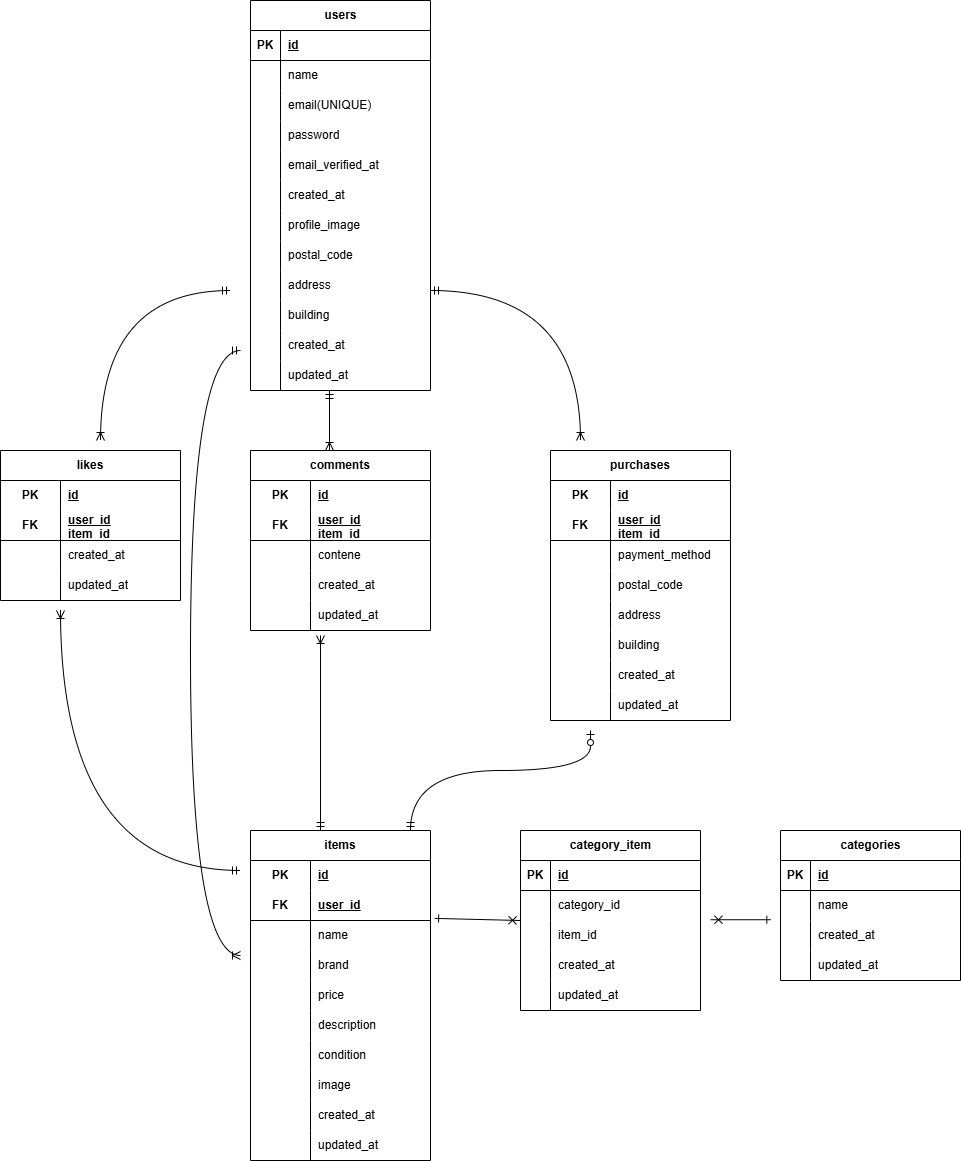
Before: images/er.png, a diagram exported from draw.io (rararamonkey/flea-market2). Source tidied: cells renumbered, new cells last; positions are measured from the earlier drawing's top-left corner, leaving out a move shared by most shapes.
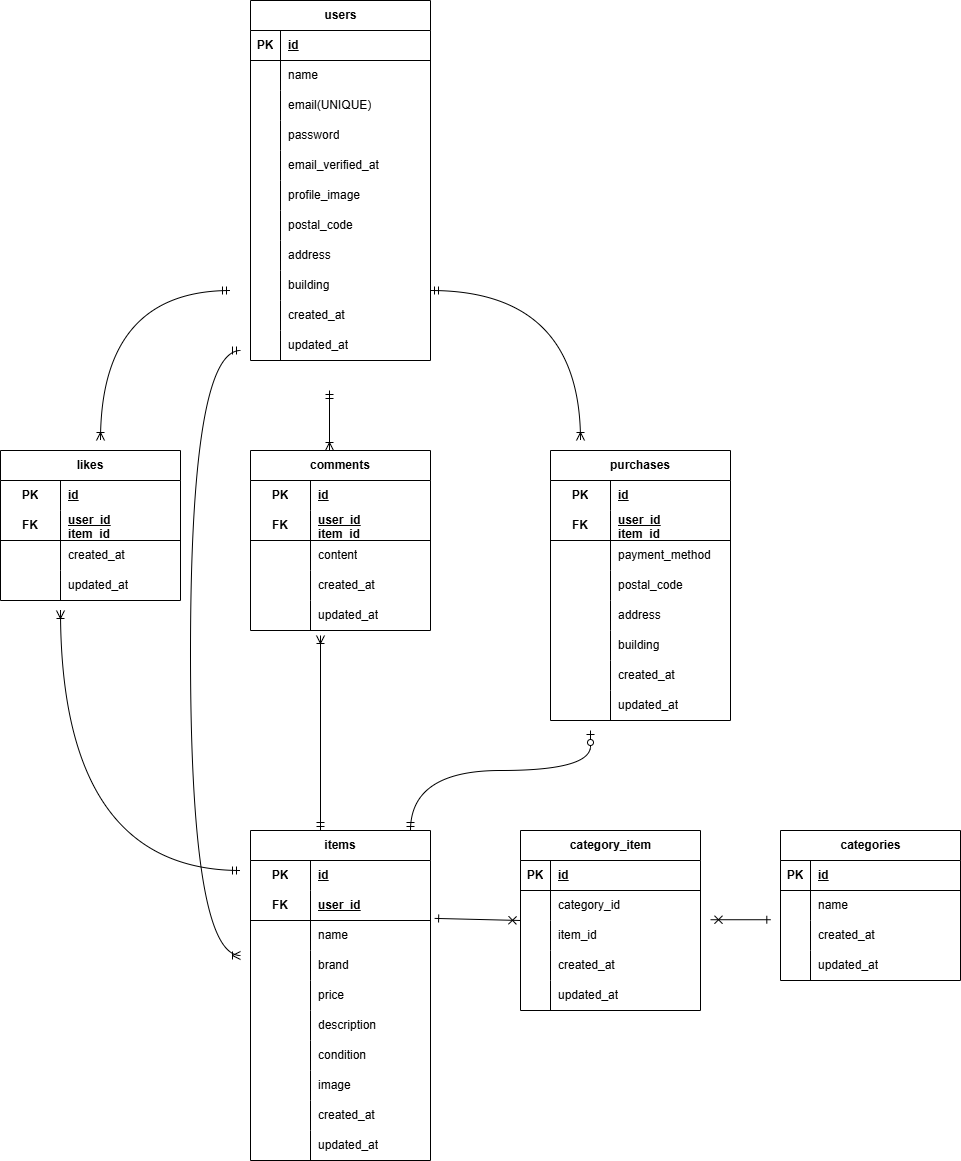
After the change.

Commit message:
Fix ER diagram and add purchase tests

Diff of the diagram source:
```diff
@@ -3,7 +3,7 @@
     <mxCell id="0" />
     <mxCell id="1" parent="0" />
     <mxCell id="2" value="users" style="shape=table;startSize=30;rowLines=0;fontStyle=1;align=center;html=1;" parent="1" vertex="1">
-      <mxGeometry x="250" width="180" height="390" as="geometry" />
+      <mxGeometry x="250" width="180" height="360" as="geometry" />
     </mxCell>
     <mxCell id="3" style="shape=tableRow;horizontal=0;startSize=0;swimlaneHead=0;swimlaneBody=0;fillColor=none;top=0;left=0;right=0;bottom=1;" parent="2" vertex="1">
       <mxGeometry y="30" width="180" height="30" as="geometry" />
@@ -50,17 +50,8 @@
     <mxCell id="17" value="email_verified_at" style="shape=partialRectangle;fillColor=none;top=0;left=0;bottom=0;right=0;align=left;spacingLeft=6;overflow=hidden;whiteSpace=wrap;html=1;" parent="15" vertex="1">
       <mxGeometry x="30" width="150" height="30" as="geometry" />
     </mxCell>
-    <mxCell id="18" style="shape=tableRow;horizontal=0;startSize=0;swimlaneHead=0;swimlaneBody=0;fillColor=none;top=0;left=0;right=0;bottom=0;" parent="2" vertex="1">
-      <mxGeometry y="180" width="180" height="30" as="geometry" />
-    </mxCell>
-    <mxCell id="19" style="shape=partialRectangle;fillColor=none;top=0;left=0;bottom=0;right=0;overflow=hidden;whiteSpace=wrap;html=1;" parent="18" vertex="1">
-      <mxGeometry width="30" height="30" as="geometry" />
-    </mxCell>
-    <mxCell id="20" value="created_at" style="shape=partialRectangle;fillColor=none;top=0;left=0;bottom=0;right=0;align=left;spacingLeft=6;overflow=hidden;whiteSpace=wrap;html=1;" parent="18" vertex="1">
-      <mxGeometry x="30" width="150" height="30" as="geometry" />
-    </mxCell>
     <mxCell id="21" style="shape=tableRow;horizontal=0;startSize=0;swimlaneHead=0;swimlaneBody=0;fillColor=none;top=0;left=0;right=0;bottom=0;" parent="2" vertex="1">
-      <mxGeometry y="210" width="180" height="30" as="geometry" />
+      <mxGeometry y="180" width="180" height="30" as="geometry" />
     </mxCell>
     <mxCell id="22" style="shape=partialRectangle;fillColor=none;top=0;left=0;bottom=0;right=0;overflow=hidden;whiteSpace=wrap;html=1;" parent="21" vertex="1">
       <mxGeometry width="30" height="30" as="geometry" />
@@ -69,7 +60,7 @@
       <mxGeometry x="30" width="150" height="30" as="geometry" />
     </mxCell>
     <mxCell id="24" style="shape=tableRow;horizontal=0;startSize=0;swimlaneHead=0;swimlaneBody=0;fillColor=none;top=0;left=0;right=0;bottom=0;" parent="2" vertex="1">
-      <mxGeometry y="240" width="180" height="30" as="geometry" />
+      <mxGeometry y="210" width="180" height="30" as="geometry" />
     </mxCell>
     <mxCell id="25" style="shape=partialRectangle;fillColor=none;top=0;left=0;bottom=0;right=0;overflow=hidden;whiteSpace=wrap;html=1;" parent="24" vertex="1">
       <mxGeometry width="30" height="30" as="geometry" />
@@ -78,7 +69,7 @@
       <mxGeometry x="30" width="150" height="30" as="geometry" />
     </mxCell>
     <mxCell id="27" style="shape=tableRow;horizontal=0;startSize=0;swimlaneHead=0;swimlaneBody=0;fillColor=none;top=0;left=0;right=0;bottom=0;" parent="2" vertex="1">
-      <mxGeometry y="270" width="180" height="30" as="geometry" />
+      <mxGeometry y="240" width="180" height="30" as="geometry" />
     </mxCell>
     <mxCell id="28" style="shape=partialRectangle;fillColor=none;top=0;left=0;bottom=0;right=0;overflow=hidden;whiteSpace=wrap;html=1;" parent="27" vertex="1">
       <mxGeometry width="30" height="30" as="geometry" />
@@ -87,7 +78,7 @@
       <mxGeometry x="30" width="150" height="30" as="geometry" />
     </mxCell>
     <mxCell id="30" style="shape=tableRow;horizontal=0;startSize=0;swimlaneHead=0;swimlaneBody=0;fillColor=none;top=0;left=0;right=0;bottom=0;" parent="2" vertex="1">
-      <mxGeometry y="300" width="180" height="30" as="geometry" />
+      <mxGeometry y="270" width="180" height="30" as="geometry" />
     </mxCell>
     <mxCell id="31" style="shape=partialRectangle;fillColor=none;top=0;left=0;bottom=0;right=0;overflow=hidden;whiteSpace=wrap;html=1;" parent="30" vertex="1">
       <mxGeometry width="30" height="30" as="geometry" />
@@ -96,7 +87,7 @@
       <mxGeometry x="30" width="150" height="30" as="geometry" />
     </mxCell>
     <mxCell id="33" style="shape=tableRow;horizontal=0;startSize=0;swimlaneHead=0;swimlaneBody=0;fillColor=none;top=0;left=0;right=0;bottom=0;" parent="2" vertex="1">
-      <mxGeometry y="330" width="180" height="30" as="geometry" />
+      <mxGeometry y="300" width="180" height="30" as="geometry" />
     </mxCell>
     <mxCell id="34" style="shape=partialRectangle;fillColor=none;top=0;left=0;bottom=0;right=0;overflow=hidden;whiteSpace=wrap;html=1;" parent="33" vertex="1">
       <mxGeometry width="30" height="30" as="geometry" />
@@ -105,7 +96,7 @@
       <mxGeometry x="30" width="150" height="30" as="geometry" />
     </mxCell>
     <mxCell id="36" style="shape=tableRow;horizontal=0;startSize=0;swimlaneHead=0;swimlaneBody=0;fillColor=none;top=0;left=0;right=0;bottom=0;" parent="2" vertex="1">
-      <mxGeometry y="360" width="180" height="30" as="geometry" />
+      <mxGeometry y="330" width="180" height="30" as="geometry" />
     </mxCell>
     <mxCell id="37" style="shape=partialRectangle;fillColor=none;top=0;left=0;bottom=0;right=0;overflow=hidden;whiteSpace=wrap;html=1;" parent="36" vertex="1">
       <mxGeometry width="30" height="30" as="geometry" />
@@ -233,7 +224,7 @@
     <mxCell id="78" style="shape=partialRectangle;fillColor=none;top=0;left=0;bottom=0;right=0;overflow=hidden;html=1;whiteSpace=wrap;" parent="77" vertex="1">
       <mxGeometry width="60" height="30" as="geometry" />
     </mxCell>
-    <mxCell id="79" value="contene" style="shape=partialRectangle;fillColor=none;top=0;left=0;bottom=0;right=0;align=left;spacingLeft=6;overflow=hidden;html=1;whiteSpace=wrap;" parent="77" vertex="1">
+    <mxCell id="79" value="content" style="shape=partialRectangle;fillColor=none;top=0;left=0;bottom=0;right=0;align=left;spacingLeft=6;overflow=hidden;html=1;whiteSpace=wrap;" parent="77" vertex="1">
       <mxGeometry x="60" width="120" height="30" as="geometry" />
     </mxCell>
     <mxCell id="80" style="shape=tableRow;horizontal=0;startSize=0;swimlaneHead=0;swimlaneBody=0;fillColor=none;top=0;left=0;right=0;bottom=0;html=1;" parent="70" vertex="1">
```
